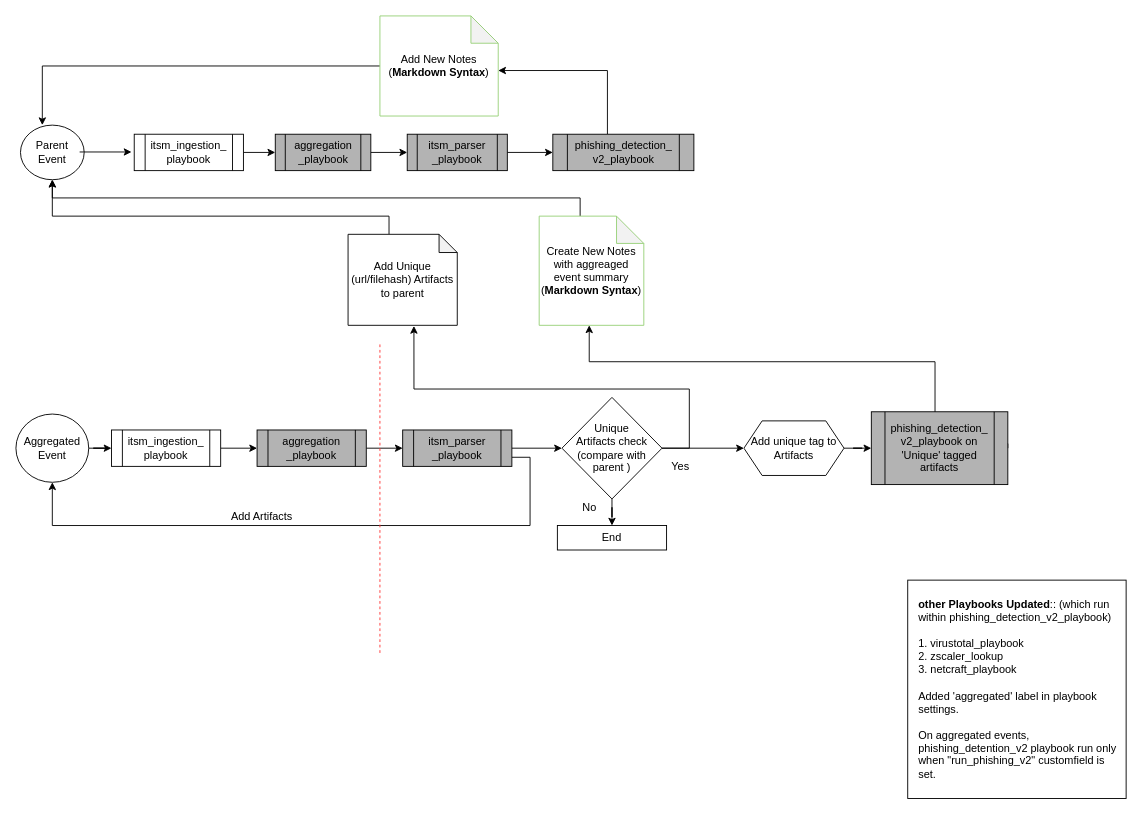
This is page "Aggregation Summary" (1 of 2) of Untitled Diagram.drawio from abhiramsatti/testrepo, a draw.io file, before an edit. Source tidied: cells renumbered, new cells numbered last; positions are measured from the earlier drawing's top-left corner, leaving out a move shared by most shapes. Both pictures are drawn from the tidied source at 91%, with x=0, y=0 at pixel (15, 15).
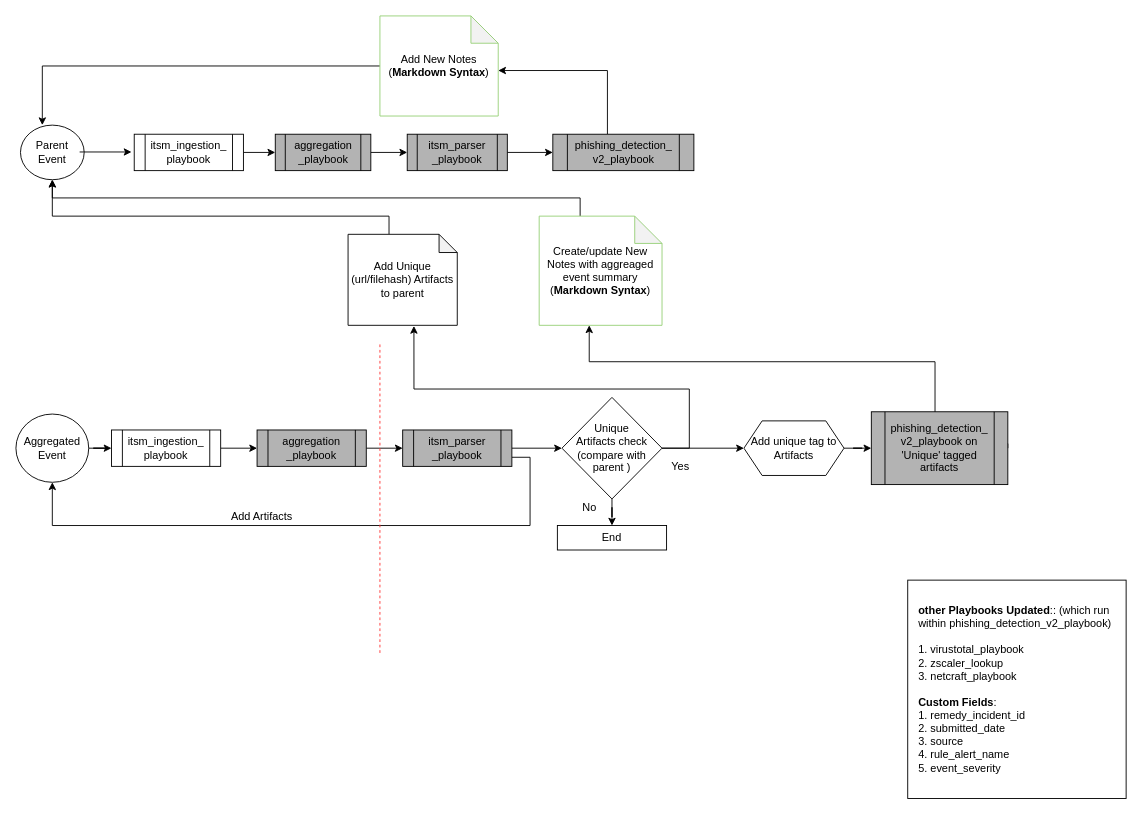
The same page after the edit.

Change to the diagram source:
```diff
@@
-    <mxCell id="24" value="Create New Notes with aggreaged event summary&lt;br&gt;(&lt;b&gt;Markdown Syntax&lt;/b&gt;)" style="shape=note;whiteSpace=wrap;html=1;backgroundOutline=1;darkOpacity=0.05;fillColor=#FFFFFF;strokeColor=#97D077;" parent="1" vertex="1">
-      <mxGeometry x="575" y="220" width="115" height="120" as="geometry" />
+    <mxCell id="24" value="Create/update New Notes with aggreaged event summary&lt;br&gt;(&lt;b&gt;Markdown Syntax&lt;/b&gt;)" style="shape=note;whiteSpace=wrap;html=1;backgroundOutline=1;darkOpacity=0.05;fillColor=#FFFFFF;strokeColor=#97D077;" parent="1" vertex="1">
+      <mxGeometry x="575" y="220" width="135" height="120" as="geometry" />
     </mxCell>
@@
-    <mxCell id="39" value="&lt;b&gt;other Playbooks Updated&lt;/b&gt;:: (which run within phishing_detection_v2_playbook)&lt;br&gt;&lt;br&gt;1. virustotal_playbook&lt;br&gt;2. zscaler_lookup&lt;br&gt;3. netcraft_playbook&lt;br&gt;&lt;br&gt;&lt;span&gt;Added 'aggregated' label in playbook settings.&lt;/span&gt;&lt;br&gt;&lt;br&gt;&lt;span&gt;On aggregated events, phishing_detention_v2 playbook run only when &quot;run_phishing_v2&quot; customfield is set.&amp;nbsp;&lt;/span&gt;" style="whiteSpace=wrap;html=1;align=left;spacingTop=0;spacingLeft=10;" parent="1" vertex="1">
+    <mxCell id="39" value="&lt;b&gt;other Playbooks Updated&lt;/b&gt;:: (which run within phishing_detection_v2_playbook)&lt;br&gt;&lt;br&gt;1. virustotal_playbook&lt;br&gt;2. zscaler_lookup&lt;br&gt;3. netcraft_playbook&lt;br&gt;&lt;br&gt;&lt;b&gt;Custom Fields&lt;/b&gt;:&lt;br&gt;1. remedy_incident_id&lt;br&gt;2. submitted_date&lt;br&gt;3. source&lt;br&gt;4. rule_alert_name&lt;br&gt;5. event_severity" style="whiteSpace=wrap;html=1;align=left;spacingTop=0;spacingLeft=10;" parent="1" vertex="1">
       <mxGeometry x="980" y="620" width="240" height="240" as="geometry" />
     </mxCell>
```
